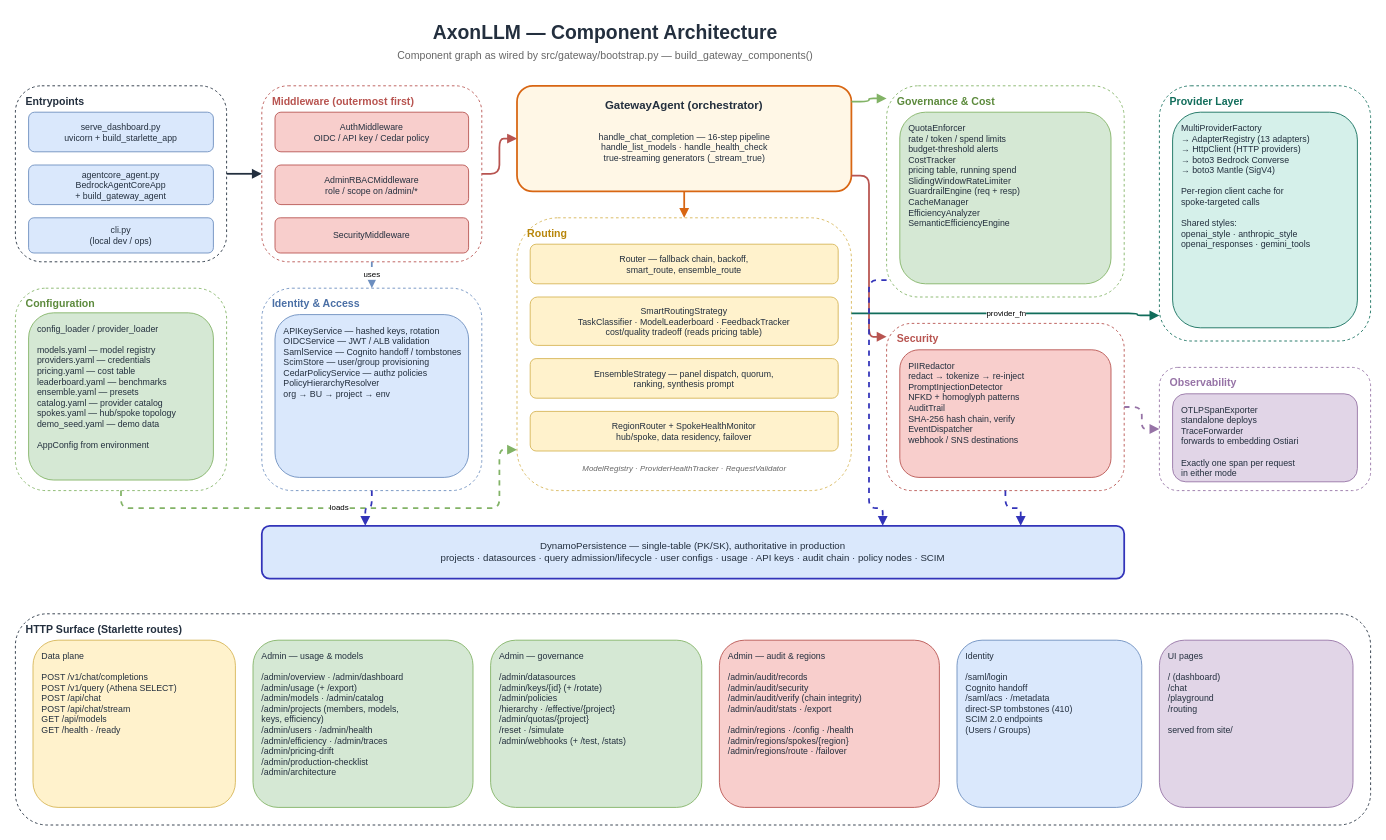
hk-775/axonllm keeps this draw.io diagram as page "Component Architecture" (3 of 3) of docs/architecture.drawio. Above is the earlier version. Source tidied: cells renumbered, new cells numbered last; positions are measured from the earlier drawing's top-left corner, leaving out a move shared by most shapes. Both pictures are drawn from the tidied source at 88%, with x=0, y=0 at pixel (15, 15).
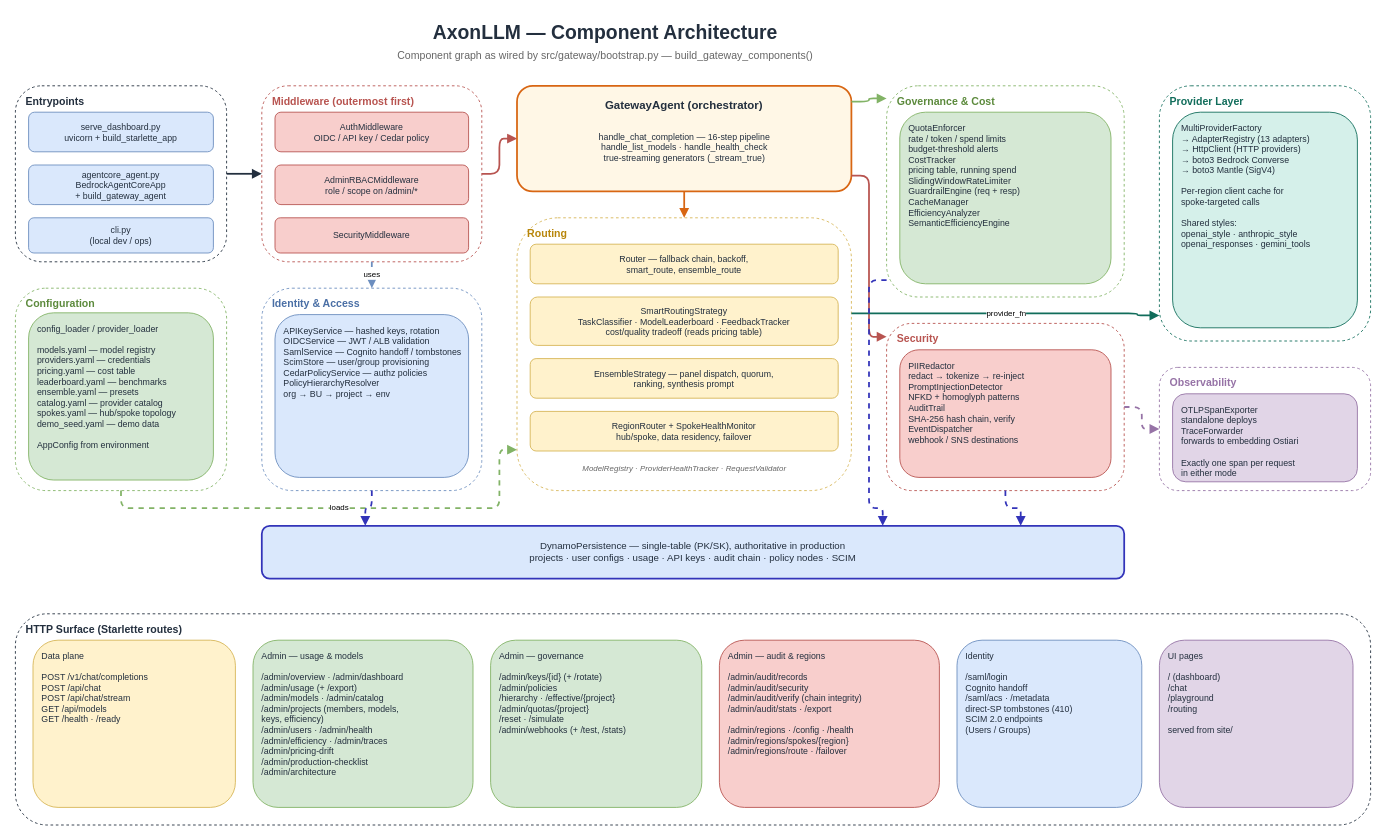
The same page after the edit.

Diff of the diagram source:
```diff
@@
-    <mxCell id="32" value="DynamoPersistence — single-table (PK/SK), authoritative in production&#10;projects · datasources · query admission/lifecycle · user configs · usage · API keys · audit chain · policy nodes · SCIM" style="rounded=1;whiteSpace=wrap;html=1;fillColor=#dae8fc;strokeColor=#3334B9;fontSize=11;align=center;verticalAlign=middle;fontColor=#232F3E;strokeWidth=2;" parent="1" vertex="1">
+    <mxCell id="32" value="DynamoPersistence — single-table (PK/SK), authoritative in production&#10;projects · user configs · usage · API keys · audit chain · policy nodes · SCIM" style="rounded=1;whiteSpace=wrap;html=1;fillColor=#dae8fc;strokeColor=#3334B9;fontSize=11;align=center;verticalAlign=middle;fontColor=#232F3E;strokeWidth=2;" parent="1" vertex="1">
       <mxGeometry x="280" y="580" width="980" height="60" as="geometry" />
     </mxCell>
@@
-    <mxCell id="34" value="Data plane&#10;&#10;POST /v1/chat/completions&#10;POST /v1/query (Athena SELECT)&#10;POST /api/chat&#10;POST /api/chat/stream&#10;GET  /api/models&#10;GET  /health · /ready" style="rounded=1;whiteSpace=wrap;html=1;fillColor=#fff2cc;strokeColor=#d6b656;fontSize=10;align=left;verticalAlign=top;spacingLeft=8;spacingTop=6;fontColor=#232F3E;" parent="1" vertex="1">
+    <mxCell id="34" value="Data plane&#10;&#10;POST /v1/chat/completions&#10;POST /api/chat&#10;POST /api/chat/stream&#10;GET  /api/models&#10;GET  /health · /ready" style="rounded=1;whiteSpace=wrap;html=1;fillColor=#fff2cc;strokeColor=#d6b656;fontSize=10;align=left;verticalAlign=top;spacingLeft=8;spacingTop=6;fontColor=#232F3E;" parent="1" vertex="1">
       <mxGeometry x="20" y="710" width="230" height="190" as="geometry" />
     </mxCell>
@@
-    <mxCell id="36" value="Admin — governance&#10;&#10;/admin/datasources&#10;/admin/keys/{id} (+ /rotate)&#10;/admin/policies&#10;  /hierarchy · /effective/{project}&#10;/admin/quotas/{project}&#10;  /reset · /simulate&#10;/admin/webhooks (+ /test, /stats)" style="rounded=1;whiteSpace=wrap;html=1;fillColor=#d5e8d4;strokeColor=#82b366;fontSize=10;align=left;verticalAlign=top;spacingLeft=8;spacingTop=6;fontColor=#232F3E;" parent="1" vertex="1">
+    <mxCell id="36" value="Admin — governance&#10;&#10;/admin/keys/{id} (+ /rotate)&#10;/admin/policies&#10;  /hierarchy · /effective/{project}&#10;/admin/quotas/{project}&#10;  /reset · /simulate&#10;/admin/webhooks (+ /test, /stats)" style="rounded=1;whiteSpace=wrap;html=1;fillColor=#d5e8d4;strokeColor=#82b366;fontSize=10;align=left;verticalAlign=top;spacingLeft=8;spacingTop=6;fontColor=#232F3E;" parent="1" vertex="1">
       <mxGeometry x="540" y="710" width="240" height="190" as="geometry" />
     </mxCell>
```
